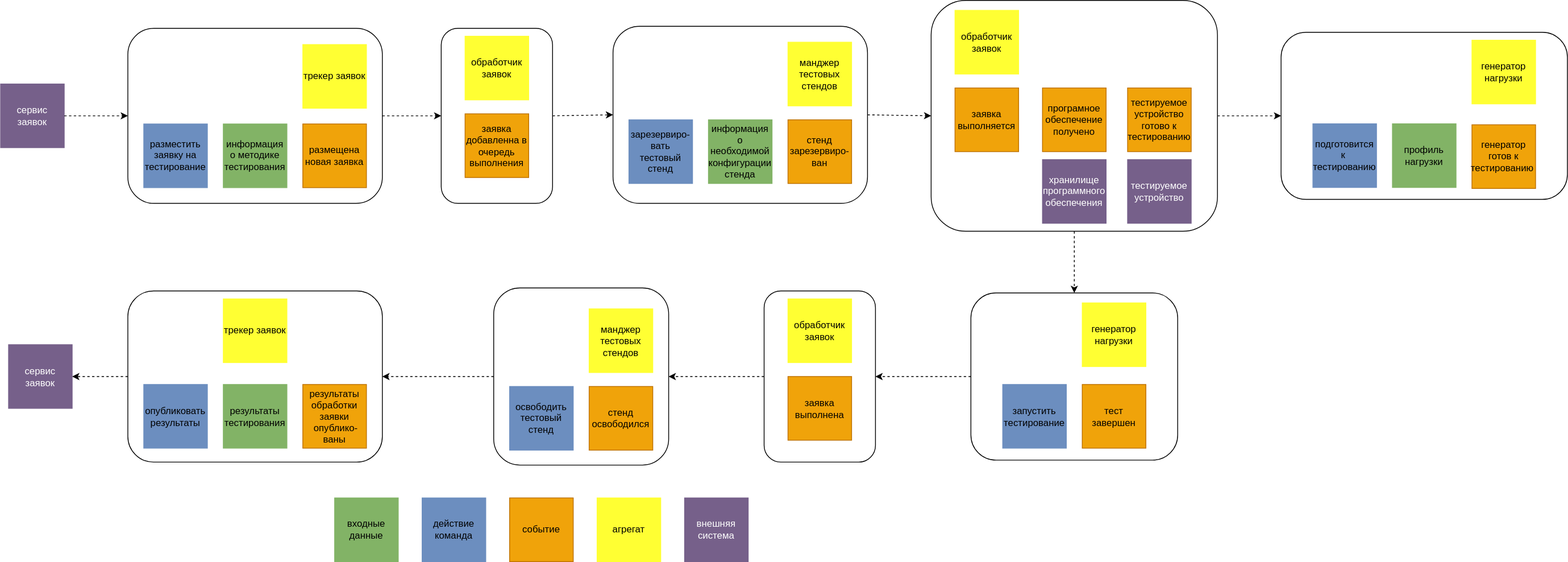
Earlier version of the draw.io export graduate_project/diagrams/uc003_event_storm.svg (ralex29/otus_software_architect_2022_09). Source tidied: cells renumbered, new cells last; positions are measured from the earlier drawing's top-left corner, leaving out a move shared by most shapes.
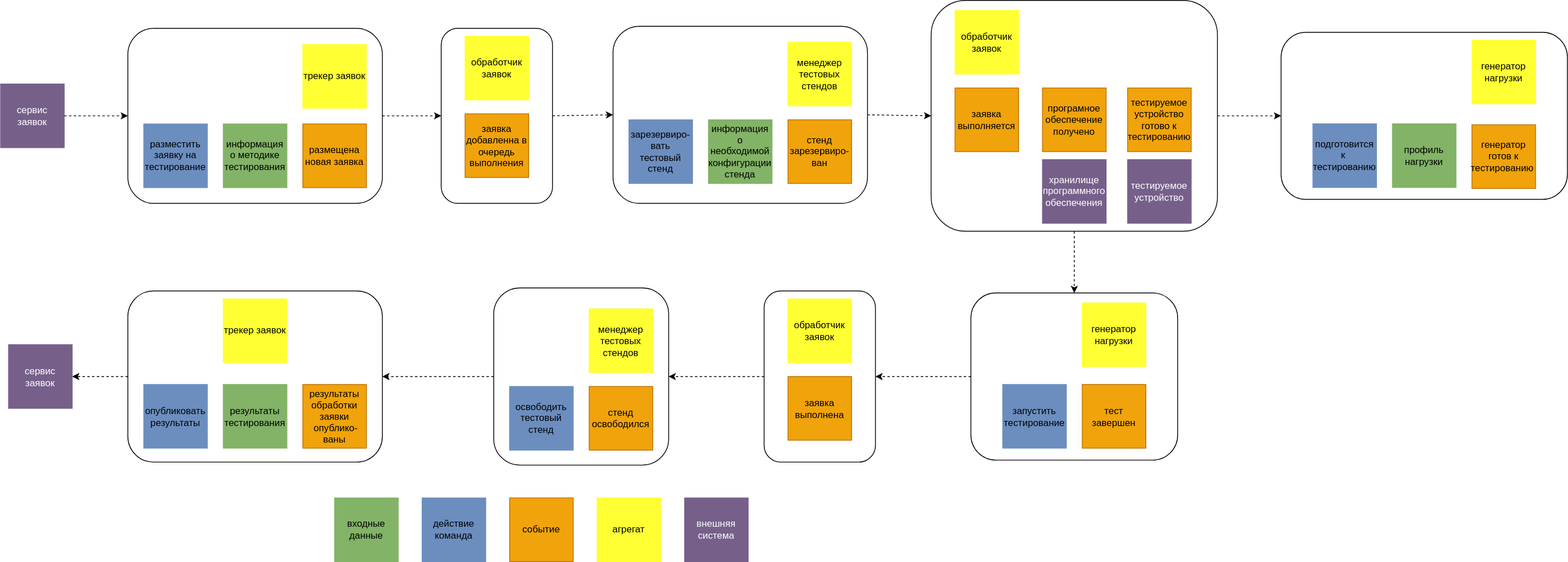
Later version of the same file.

Change to the diagram source:
```diff
@@ -107,7 +107,7 @@
     <mxCell id="36" value="стенд зарезервиро-ван" style="whiteSpace=wrap;html=1;fillColor=#f0a30a;strokeColor=#BD7000;fontColor=#000000;" parent="1" vertex="1">
       <mxGeometry x="990" y="150" width="80" height="80" as="geometry" />
     </mxCell>
-    <mxCell id="37" value="манджер тестовых стендов" style="whiteSpace=wrap;html=1;fillColor=#FFFF33;strokeColor=#FFFF33;fontColor=#000000;" parent="1" vertex="1">
+    <mxCell id="37" value="менеджер тестовых стендов" style="whiteSpace=wrap;html=1;fillColor=#FFFF33;strokeColor=#FFFF33;fontColor=#000000;" parent="1" vertex="1">
       <mxGeometry x="990" y="52.5" width="80" height="80" as="geometry" />
     </mxCell>
     <mxCell id="38" style="rounded=1;whiteSpace=wrap;html=1;" parent="1" vertex="1">
@@ -185,7 +185,7 @@
     <mxCell id="62" value="стенд освободился" style="whiteSpace=wrap;html=1;fillColor=#f0a30a;strokeColor=#BD7000;fontColor=#000000;" parent="59" vertex="1">
       <mxGeometry x="120" y="123.8" width="80" height="80" as="geometry" />
     </mxCell>
-    <mxCell id="63" value="манджер тестовых стендов" style="whiteSpace=wrap;html=1;fillColor=#FFFF33;strokeColor=#FFFF33;fontColor=#000000;" parent="59" vertex="1">
+    <mxCell id="63" value="менеджер тестовых стендов" style="whiteSpace=wrap;html=1;fillColor=#FFFF33;strokeColor=#FFFF33;fontColor=#000000;" parent="59" vertex="1">
       <mxGeometry x="120" y="26.2" width="80" height="80" as="geometry" />
     </mxCell>
   </root>
```
